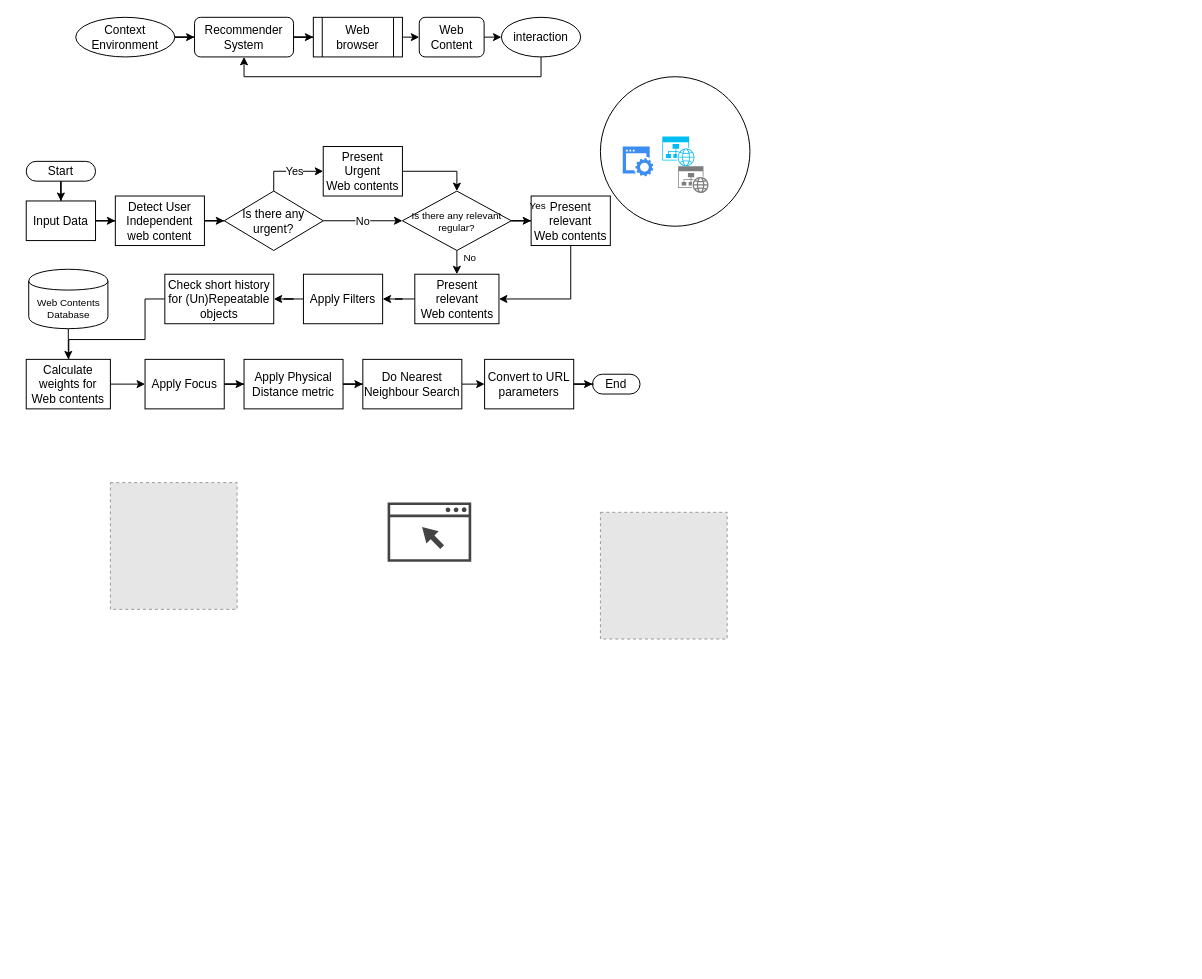
Before: interactionmodel.drawio in kitylam9/Survey-on-Intelligent-user-interface-for-AugmentedReality, a draw.io diagram. Source tidied: cells renumbered, new cells numbered last; positions are measured from the earlier drawing's top-left corner, leaving out a move shared by most shapes. Both pictures are drawn from the tidied source at 99%, with x=0, y=0 at pixel (26, 17). Pictures stored in the file or linked from it are replaced by grey dashed boxes.
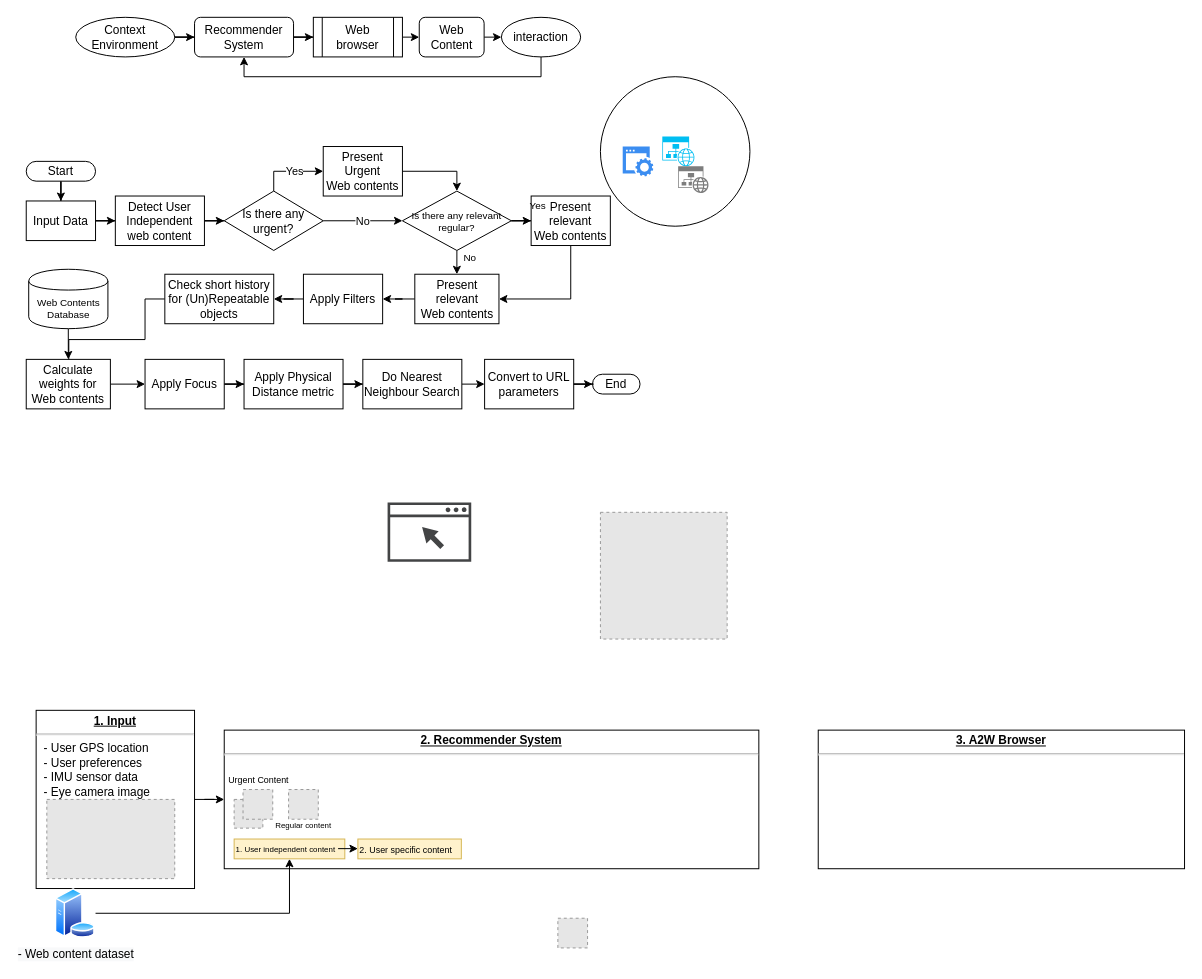
The same diagram, later.

The edit, as a diff of the source:
```diff
@@
+    <mxCell id="57" style="edgeStyle=orthogonalEdgeStyle;rounded=0;jettySize=auto;html=1;" parent="1" edge="1" source="58" target="61">
+      <mxGeometry relative="1" as="geometry" />
+    </mxCell>
+    <mxCell id="58" value="&lt;p style=&quot;margin: 0px ; margin-top: 4px ; text-align: center ; text-decoration: underline&quot;&gt;&lt;b&gt;1. Input&lt;/b&gt;&lt;/p&gt;&lt;hr&gt;&lt;p style=&quot;margin: 0px ; margin-left: 8px&quot;&gt;- User GPS location&lt;/p&gt;&lt;p style=&quot;margin: 0px ; margin-left: 8px&quot;&gt;- User preferences&lt;/p&gt;&lt;p style=&quot;margin: 0px ; margin-left: 8px&quot;&gt;- IMU sensor data&lt;/p&gt;&lt;p style=&quot;margin: 0px ; margin-left: 8px&quot;&gt;- Eye camera image&lt;/p&gt;&lt;p style=&quot;margin: 0px ; margin-left: 8px&quot;&gt;&lt;br&gt;&lt;/p&gt;&lt;p style=&quot;margin: 0px ; margin-left: 8px&quot;&gt;&lt;br&gt;&lt;/p&gt;&lt;p style=&quot;margin: 0px ; margin-left: 8px&quot;&gt;&lt;br&gt;&lt;/p&gt;&lt;p style=&quot;margin: 0px ; margin-left: 8px&quot;&gt;&lt;br&gt;&lt;/p&gt;&lt;p style=&quot;margin: 0px ; margin-left: 8px&quot;&gt;&lt;br&gt;&lt;/p&gt;&lt;p style=&quot;margin: 0px ; margin-left: 8px&quot;&gt;&lt;br&gt;&lt;/p&gt;&lt;div&gt;&lt;br&gt;&lt;/div&gt;" style="verticalAlign=top;align=left;overflow=fill;fontSize=12;fontFamily=Helvetica;html=1;" parent="1" vertex="1">
+      <mxGeometry x="10" y="700" width="160" height="180" as="geometry" />
+    </mxCell>
+    <mxCell id="59" value="&lt;span style=&quot;text-align: left ; background-color: rgb(248 , 249 , 250)&quot;&gt;- Web content dataset&lt;/span&gt;" style="perimeter=ellipsePerimeter;html=1;align=center;shadow=0;dashed=0;spacingTop=3;image;image=img/lib/active_directory/database_server.svg;" parent="1" vertex="1">
+      <mxGeometry x="29" y="880" width="41" height="50" as="geometry" />
+    </mxCell>
+    <mxCell id="60" style="fillColor=#E6E6E6;strokeColor=#999999;dashed=1;verticalLabelPosition=bottom;labelBackgroundColor=#ffffff;verticalAlign=top;" parent="1" vertex="1">
+      <mxGeometry x="20.8" y="790" width="129.2" height="80" as="geometry" />
+    </mxCell>
+    <mxCell id="61" value="&lt;p style=&quot;margin: 0px ; margin-top: 4px ; text-align: center ; text-decoration: underline&quot;&gt;&lt;b&gt;2. Recommender System&lt;/b&gt;&lt;/p&gt;&lt;hr&gt;&lt;p style=&quot;margin: 0px ; margin-left: 8px&quot;&gt;&lt;br&gt;&lt;/p&gt;&lt;p style=&quot;margin: 0px ; margin-left: 8px&quot;&gt;&lt;br&gt;&lt;/p&gt;&lt;p style=&quot;margin: 0px ; margin-left: 8px&quot;&gt;&lt;br&gt;&lt;/p&gt;&lt;p style=&quot;margin: 0px ; margin-left: 8px&quot;&gt;&lt;br&gt;&lt;/p&gt;&lt;p style=&quot;margin: 0px ; margin-left: 8px&quot;&gt;&lt;br&gt;&lt;/p&gt;&lt;p style=&quot;margin: 0px ; margin-left: 8px&quot;&gt;&lt;br&gt;&lt;/p&gt;&lt;p style=&quot;margin: 0px ; margin-left: 8px&quot;&gt;&lt;br&gt;&lt;/p&gt;&lt;div&gt;&lt;br&gt;&lt;/div&gt;" style="verticalAlign=top;align=left;overflow=fill;fontSize=12;fontFamily=Helvetica;html=1;" parent="1" vertex="1">
+      <mxGeometry x="200" y="720" width="540" height="140" as="geometry" />
+    </mxCell>
+    <mxCell id="62" style="edgeStyle=orthogonalEdgeStyle;rounded=0;jettySize=auto;html=1;exitX=1;exitY=0.5;exitDx=0;exitDy=0;" parent="1" edge="1" source="59" target="72">
+      <mxGeometry relative="1" as="geometry" />
+    </mxCell>
     <mxCell id="56" style="fillColor=#E6E6E6;strokeColor=#999999;dashed=1;html=1;verticalAlign=top;verticalLabelPosition=bottom;labelBackgroundColor=#ffffff;" parent="1" vertex="1">
-      <mxGeometry x="85" y="470" width="128" height="128" as="geometry" />
+      <mxGeometry x="537" y="910" width="30" height="30" as="geometry" />
     </mxCell>
+    <mxCell id="63" style="group;" parent="1" vertex="1">
+      <mxGeometry x="190" y="750" width="145" height="105" as="geometry" />
+    </mxCell>
+    <mxCell id="64" value="Urgent Content" style="text;align=center;verticalAlign=middle;fontSize=9;fontStyle=0;" parent="63" vertex="1">
+      <mxGeometry x="-10" y="10" width="110" height="20" as="geometry" />
+    </mxCell>
+    <mxCell id="65" style="group;" parent="63" vertex="1">
+      <mxGeometry x="60" y="30" width="80" height="75" as="geometry" />
+    </mxCell>
+    <mxCell id="66" style="fillColor=#E6E6E6;strokeColor=#999999;dashed=1;html=1;verticalAlign=top;verticalLabelPosition=bottom;labelBackgroundColor=#ffffff;fontSize=7;" parent="65" vertex="1">
+      <mxGeometry x="15" width="30" height="30" as="geometry" />
+    </mxCell>
+    <mxCell id="67" value="Regular content" style="text;fontSize=8;" parent="65" vertex="1">
+      <mxGeometry y="25" width="60" height="30" as="geometry" />
+    </mxCell>
+    <mxCell id="68" style="group;" parent="63" vertex="1">
+      <mxGeometry x="20" y="30" width="39" height="39" as="geometry" />
+    </mxCell>
+    <mxCell id="69" style="fillColor=#E6E6E6;strokeColor=#999999;dashed=1;html=1;verticalAlign=top;verticalLabelPosition=bottom;labelBackgroundColor=#ffffff;fontSize=8;" parent="68" vertex="1">
+      <mxGeometry y="10" width="29" height="29" as="geometry" />
+    </mxCell>
+    <mxCell id="70" style="fillColor=#E6E6E6;strokeColor=#999999;dashed=1;html=1;verticalAlign=top;verticalLabelPosition=bottom;labelBackgroundColor=#ffffff;fontSize=7;" parent="68" vertex="1">
+      <mxGeometry x="9" width="30" height="30" as="geometry" />
+    </mxCell>
+    <mxCell id="71" value="2. User specific content " style="text;fillColor=#fff2cc;strokeColor=#d6b656;fontSize=9;" parent="1" vertex="1">
+      <mxGeometry x="335" y="830" width="104.5" height="20" as="geometry" />
+    </mxCell>
+    <mxCell id="72" value="1. User independent content " style="text;fillColor=#fff2cc;strokeColor=#d6b656;fontSize=8;" parent="1" vertex="1">
+      <mxGeometry x="210" y="830" width="111.8" height="20" as="geometry" />
+    </mxCell>
+    <mxCell id="73" style="endArrow=classic;html=1;fontSize=8;" parent="1" edge="1">
+      <mxGeometry relative="1" as="geometry">
+        <mxPoint x="315" y="839.7" as="sourcePoint" />
+        <mxPoint x="335" y="839.7" as="targetPoint" />
+      </mxGeometry>
+    </mxCell>
+    <mxCell id="74" value="&lt;p style=&quot;margin: 0px ; margin-top: 4px ; text-align: center ; text-decoration: underline&quot;&gt;&lt;b&gt;3. A2W Browser&lt;/b&gt;&lt;/p&gt;&lt;hr&gt;&lt;p style=&quot;margin: 0px ; margin-left: 8px&quot;&gt;&lt;br&gt;&lt;/p&gt;&lt;p style=&quot;margin: 0px ; margin-left: 8px&quot;&gt;&lt;br&gt;&lt;/p&gt;&lt;p style=&quot;margin: 0px ; margin-left: 8px&quot;&gt;&lt;br&gt;&lt;/p&gt;&lt;p style=&quot;margin: 0px ; margin-left: 8px&quot;&gt;&lt;br&gt;&lt;/p&gt;&lt;p style=&quot;margin: 0px ; margin-left: 8px&quot;&gt;&lt;br&gt;&lt;/p&gt;&lt;p style=&quot;margin: 0px ; margin-left: 8px&quot;&gt;&lt;br&gt;&lt;/p&gt;&lt;p style=&quot;margin: 0px ; margin-left: 8px&quot;&gt;&lt;br&gt;&lt;/p&gt;&lt;div&gt;&lt;br&gt;&lt;/div&gt;" style="verticalAlign=top;align=left;overflow=fill;fontSize=12;fontFamily=Helvetica;html=1;" parent="1" vertex="1">
+      <mxGeometry x="800" y="720" width="370" height="140" as="geometry" />
+    </mxCell>
```
